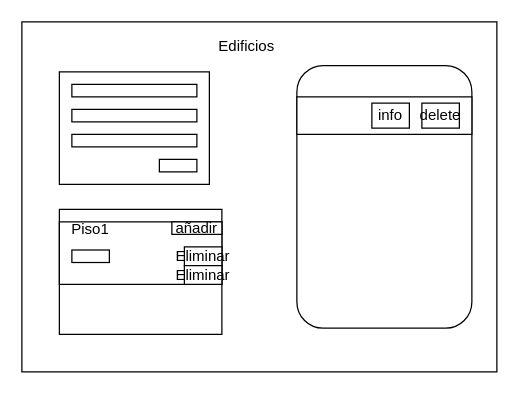
Before: clase/js/unidad4/extra/diseño.drawio in Lotite/VisualStudio.github.io, a draw.io diagram. Source tidied: cells renumbered, new cells numbered last; positions are measured from the earlier drawing's top-left corner, leaving out a move shared by most shapes. Both pictures are drawn from the tidied source at 125%, with x=0, y=0 at pixel (21, 21).
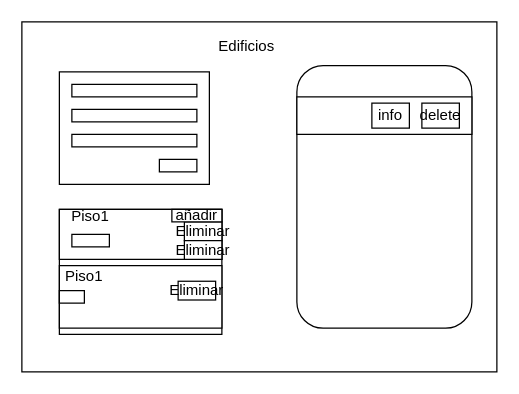
After the change.

The edit, as a diff of the source:
```diff
@@
     <mxCell id="13" style="rounded=0;whiteSpace=wrap;html=1;" parent="1" vertex="1">
-      <mxGeometry x="30" y="160" width="130" height="50" as="geometry" />
+      <mxGeometry x="30" y="150" width="130" height="40" as="geometry" />
     </mxCell>
@@
     <mxCell id="15" value="Eliminar" style="rounded=0;whiteSpace=wrap;html=1;" parent="1" vertex="1">
-      <mxGeometry x="130" y="180" width="30" height="15" as="geometry" />
+      <mxGeometry x="130" y="160" width="30" height="15" as="geometry" />
     </mxCell>
     <mxCell id="16" value="Eliminar" style="rounded=0;whiteSpace=wrap;html=1;" parent="1" vertex="1">
-      <mxGeometry x="130" y="195" width="30" height="15" as="geometry" />
+      <mxGeometry x="130" y="175" width="30" height="15" as="geometry" />
     </mxCell>
     <mxCell id="17" style="rounded=0;whiteSpace=wrap;html=1;" parent="1" vertex="1">
-      <mxGeometry x="40" y="182.5" width="30" height="10" as="geometry" />
+      <mxGeometry x="40" y="170" width="30" height="10" as="geometry" />
     </mxCell>
     <mxCell id="18" value="añadir" style="rounded=0;whiteSpace=wrap;html=1;" parent="1" vertex="1">
-      <mxGeometry x="120" y="160" width="40" height="10" as="geometry" />
+      <mxGeometry x="120" y="150" width="40" height="10" as="geometry" />
     </mxCell>
     <mxCell id="19" value="Piso1" style="text;html=1;strokeColor=none;fillColor=none;align=center;verticalAlign=middle;whiteSpace=wrap;rounded=0;" parent="1" vertex="1">
-      <mxGeometry x="30" y="162.5" width="50" height="7.5" as="geometry" />
+      <mxGeometry x="30" y="152.5" width="50" height="7.5" as="geometry" />
     </mxCell>
+    <mxCell id="20" style="rounded=0;whiteSpace=wrap;html=1;" parent="1" vertex="1">
+      <mxGeometry x="30" y="195" width="130" height="50" as="geometry" />
+    </mxCell>
+    <mxCell id="21" value="Eliminar" style="rounded=0;whiteSpace=wrap;html=1;" parent="1" vertex="1">
+      <mxGeometry x="125" y="207.5" width="30" height="15" as="geometry" />
+    </mxCell>
+    <mxCell id="22" style="rounded=0;whiteSpace=wrap;html=1;" parent="1" vertex="1">
+      <mxGeometry x="30" y="215" width="20" height="10" as="geometry" />
+    </mxCell>
+    <mxCell id="23" value="Piso1" style="text;html=1;strokeColor=none;fillColor=none;align=center;verticalAlign=middle;whiteSpace=wrap;rounded=0;" parent="1" vertex="1">
+      <mxGeometry x="25" y="200" width="50" height="7.5" as="geometry" />
+    </mxCell>
```
